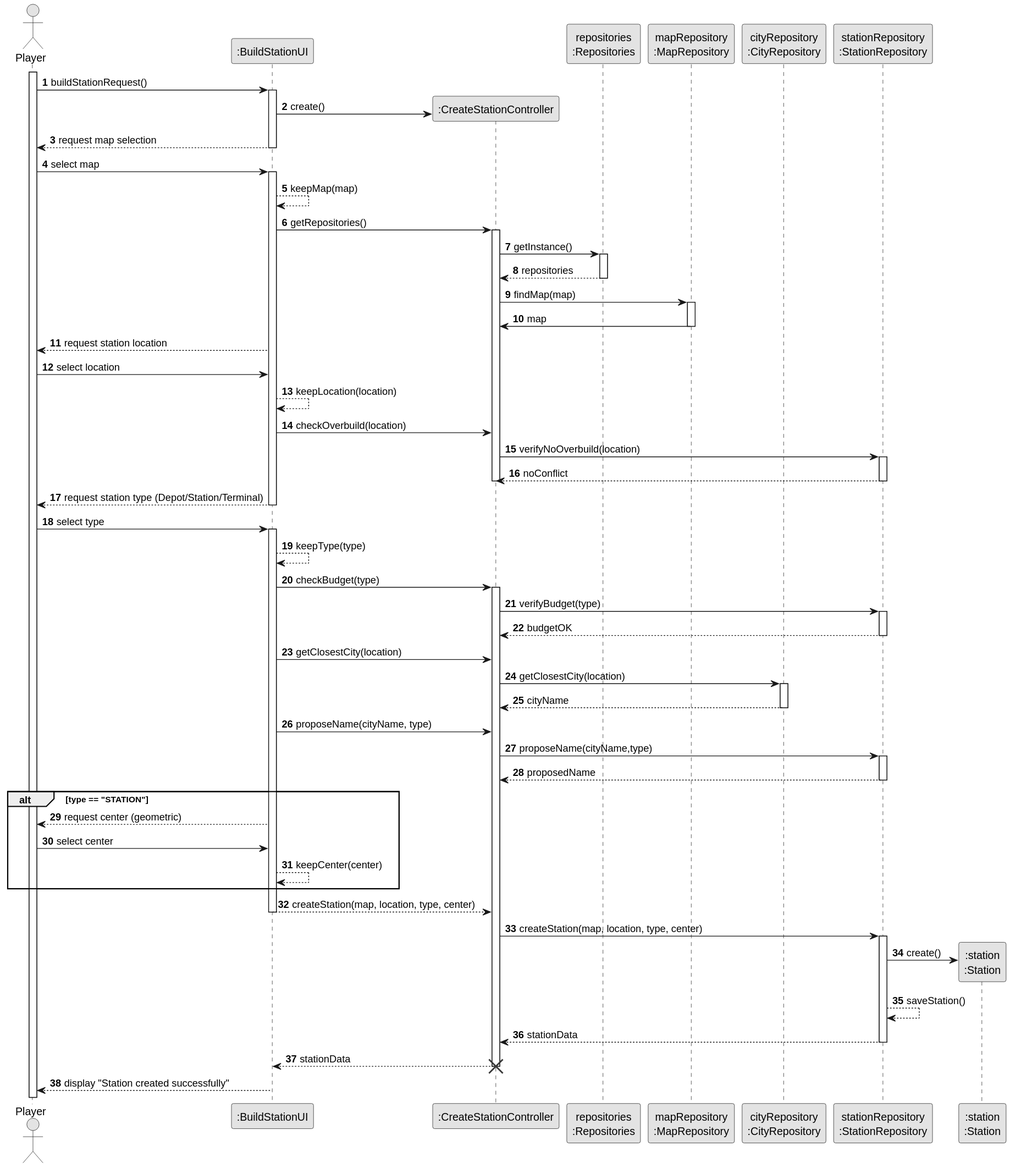
This is docs/system-documentation/US005/03.design/svg/US005-SD.svg from goncalolopesp/sem2-pi-24.25-g093-repo, a PlantUML export, as it was before one commit.
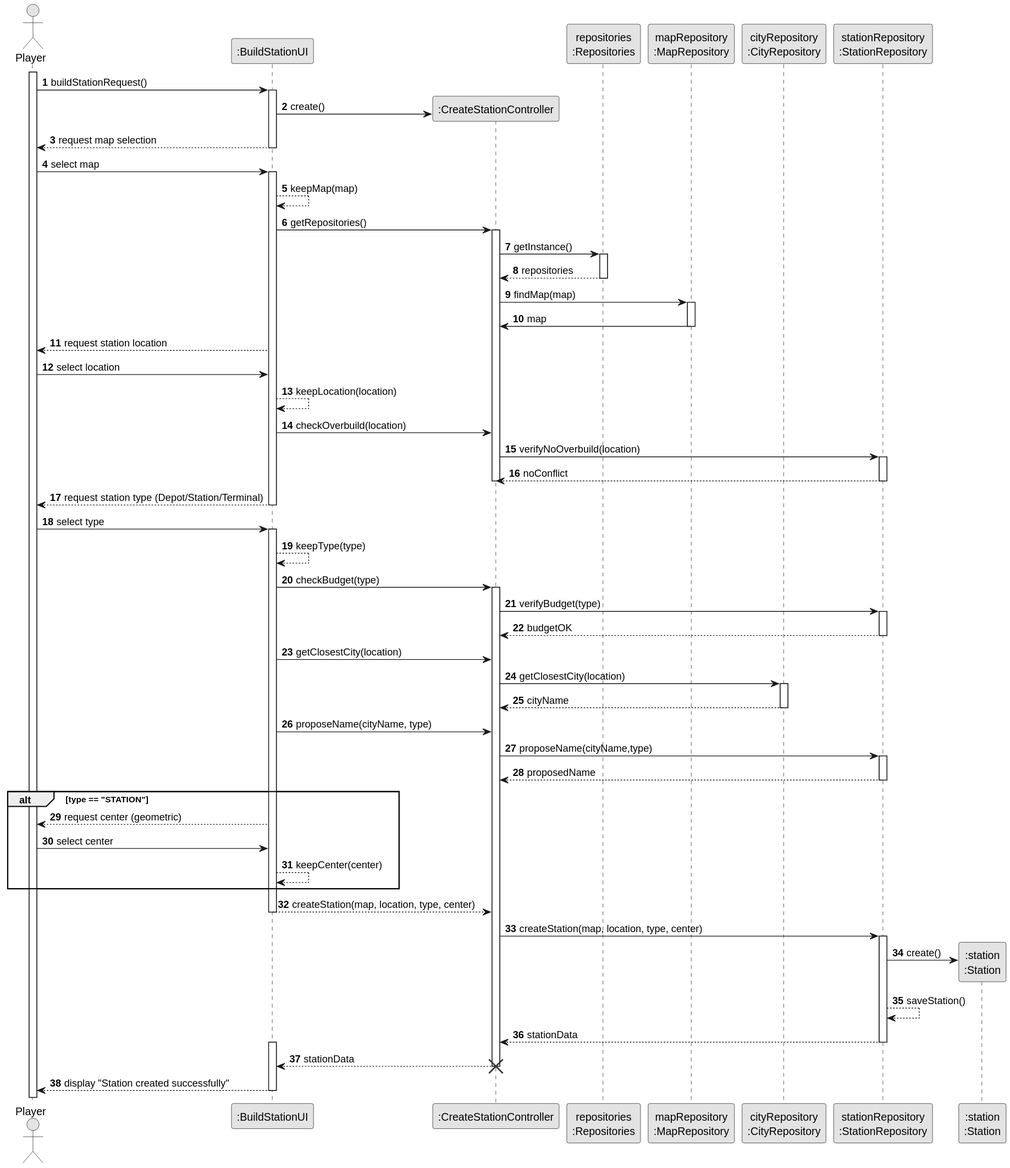
Above is the later version.

Commit message:
US5 - Added the split diagram to the Design

The edit, as a diff of the source:
```diff
@@ -99,6 +99,7 @@
 StationRepository --> BuildStationController : stationData
 deactivate StationRepository
 
+activate BuildStationUI
 BuildStationController --> BuildStationUI : stationData
 deactivate BuildStationController
 destroy BuildStationController
```
